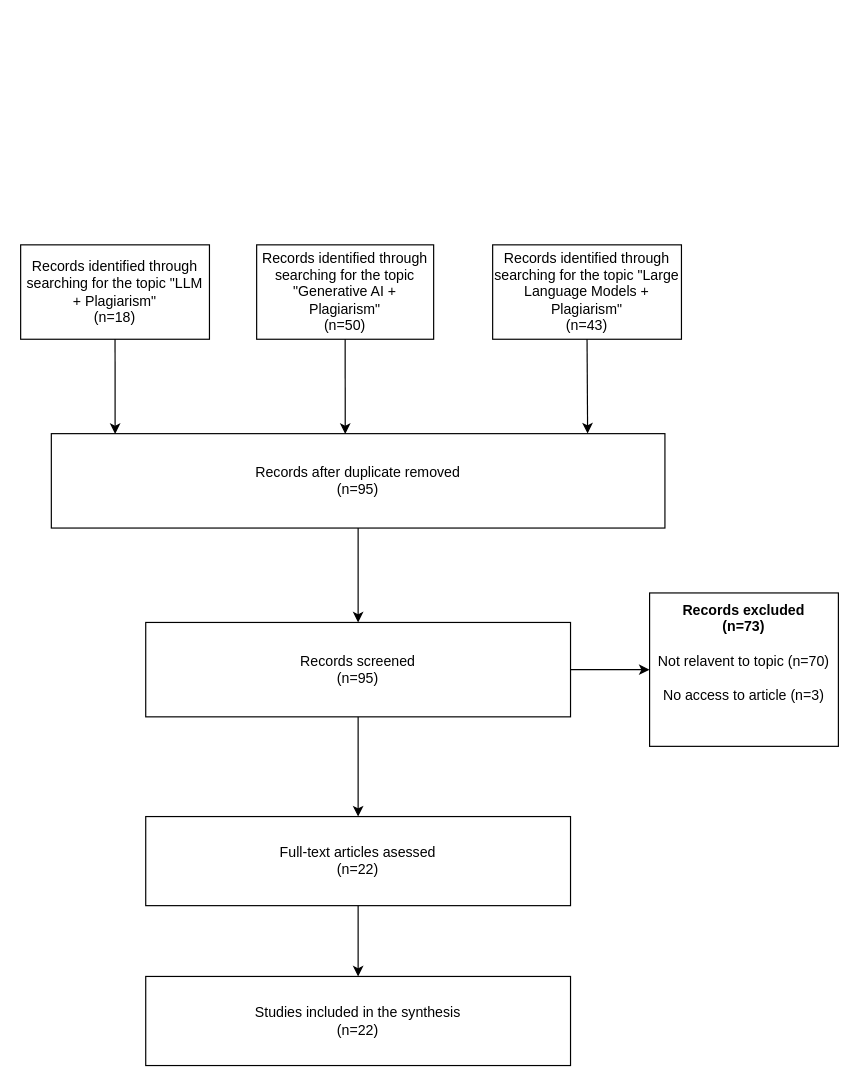
The draw.io diagram Untitled Diagram.drawio in TrymSandven/Notes, before the edit. Source tidied: cells renumbered, new cells numbered last; positions are measured from the earlier drawing's top-left corner, leaving out a move shared by most shapes. Both pictures are drawn from the tidied source at 118%, with x=0, y=0 at pixel (20, 244).
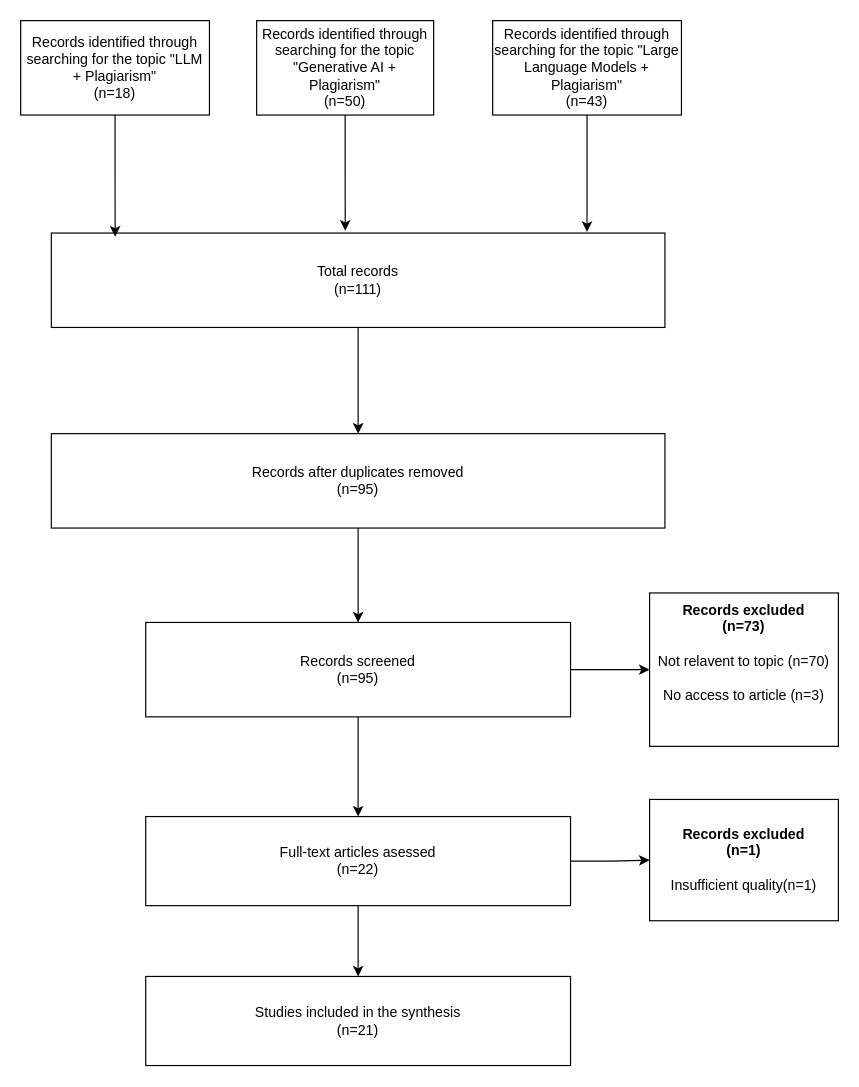
Above is the later version.

The change refers to these unchanged cells:
```xml
<mxCell id="11" value="&lt;div&gt;Full-text articles asessed&lt;/div&gt;&lt;div&gt;(n=22)&lt;br&gt;&lt;/div&gt;" style="rounded=0;whiteSpace=wrap;html=1;" parent="1" vertex="1">
  <mxGeometry x="106" y="484.5" width="360" height="75.5" as="geometry" />
</mxCell>
```

Change to the diagram source:
```diff
@@
     <mxCell id="2" value="&lt;div&gt;Records identified through searching for the topic &quot;LLM + &lt;span&gt;&lt;span&gt;&lt;span&gt;Plagiarism&lt;/span&gt;&lt;/span&gt;&lt;/span&gt;&quot; &lt;/div&gt;(n=18)" style="rounded=0;whiteSpace=wrap;html=1;" parent="1" vertex="1">
-      <mxGeometry width="160" height="80" as="geometry" />
+      <mxGeometry y="-190" width="160" height="80" as="geometry" />
     </mxCell>
     <mxCell id="3" value="&lt;div&gt;Records identified through searching for the topic &quot;G&lt;span&gt;&lt;span&gt;&lt;span&gt;enerative AI&lt;/span&gt;&lt;/span&gt;&lt;/span&gt; + &lt;span&gt;&lt;span&gt;&lt;span&gt;Plagiarism&lt;/span&gt;&lt;/span&gt;&lt;/span&gt;&quot;&lt;/div&gt;(n=50)" style="rounded=0;whiteSpace=wrap;html=1;" parent="1" vertex="1">
-      <mxGeometry x="200" width="150" height="80" as="geometry" />
+      <mxGeometry x="200" y="-190" width="150" height="80" as="geometry" />
     </mxCell>
     <mxCell id="4" value="&lt;div&gt;Records identified through searching for the topic &quot;&lt;span&gt;&lt;span&gt;&lt;span&gt;Large Language Models&lt;/span&gt;&lt;/span&gt;&lt;/span&gt; + &lt;span&gt;&lt;span&gt;&lt;span&gt;Plagiarism&lt;/span&gt;&lt;/span&gt;&lt;/span&gt;&quot;&lt;/div&gt;(n=43)" style="rounded=0;whiteSpace=wrap;html=1;" parent="1" vertex="1">
-      <mxGeometry x="400" width="160" height="80" as="geometry" />
+      <mxGeometry x="400" y="-190" width="160" height="80" as="geometry" />
     </mxCell>
@@
-    <mxCell id="6" value="&lt;div&gt;Records after duplicate removed&lt;/div&gt;&lt;div&gt;(n=95)&lt;br&gt;&lt;/div&gt;" style="rounded=0;whiteSpace=wrap;html=1;" parent="1" vertex="1">
+    <mxCell id="6" value="&lt;div&gt;Records after duplicates removed&lt;/div&gt;&lt;div&gt;(n=95)&lt;br&gt;&lt;/div&gt;" style="rounded=0;whiteSpace=wrap;html=1;" parent="1" vertex="1">
       <mxGeometry x="26" y="160" width="520" height="80" as="geometry" />
     </mxCell>
@@
+    <mxCell id="17" style="edgeStyle=orthogonalEdgeStyle;rounded=0;jettySize=auto;html=1;exitX=1;exitY=0.5;exitDx=0;exitDy=0;entryX=0;entryY=0.5;entryDx=0;entryDy=0;" parent="1" edge="1" source="11" target="23">
+      <mxGeometry relative="1" as="geometry" />
+    </mxCell>
@@
-    <mxCell id="12" style="rounded=0;jettySize=auto;html=1;exitX=0.5;exitY=1;exitDx=0;exitDy=0;entryX=0.104;entryY=0.003;entryDx=0;entryDy=0;entryPerimeter=0;" parent="1" edge="1" source="2" target="6">
-      <mxGeometry relative="1" as="geometry" />
-    </mxCell>
-    <mxCell id="13" style="rounded=0;jettySize=auto;html=1;exitX=0.5;exitY=1;exitDx=0;exitDy=0;entryX=0.479;entryY=0.003;entryDx=0;entryDy=0;entryPerimeter=0;" parent="1" edge="1" source="3" target="6">
-      <mxGeometry relative="1" as="geometry" />
-    </mxCell>
-    <mxCell id="14" style="rounded=0;jettySize=auto;html=1;exitX=0.5;exitY=1;exitDx=0;exitDy=0;entryX=0.874;entryY=-0.001;entryDx=0;entryDy=0;entryPerimeter=0;" parent="1" edge="1" source="4" target="6">
-      <mxGeometry relative="1" as="geometry" />
-    </mxCell>
@@
-    <mxCell id="16" value="&lt;div&gt;Studies included in the synthesis&lt;br&gt;&lt;/div&gt;&lt;div&gt;(n=22)&lt;br&gt;&lt;/div&gt;" style="rounded=0;whiteSpace=wrap;html=1;" parent="1" vertex="1">
+    <mxCell id="16" value="&lt;div&gt;Studies included in the synthesis&lt;br&gt;&lt;/div&gt;&lt;div&gt;(n=21)&lt;br&gt;&lt;/div&gt;" style="rounded=0;whiteSpace=wrap;html=1;" parent="1" vertex="1">
       <mxGeometry x="106" y="620" width="360" height="75.5" as="geometry" />
     </mxCell>
+    <mxCell id="18" style="edgeStyle=orthogonalEdgeStyle;rounded=0;jettySize=auto;html=1;exitX=0.5;exitY=1;exitDx=0;exitDy=0;entryX=0.5;entryY=0;entryDx=0;entryDy=0;" parent="1" edge="1" source="19" target="6">
+      <mxGeometry relative="1" as="geometry" />
+    </mxCell>
+    <mxCell id="19" value="&lt;div&gt;Total records&lt;/div&gt;&lt;div&gt;(n=111)&lt;br&gt;&lt;/div&gt;" style="rounded=0;whiteSpace=wrap;html=1;" parent="1" vertex="1">
+      <mxGeometry x="26" y="-10" width="520" height="80" as="geometry" />
+    </mxCell>
+    <mxCell id="20" style="edgeStyle=orthogonalEdgeStyle;rounded=0;jettySize=auto;html=1;exitX=0.5;exitY=1;exitDx=0;exitDy=0;entryX=0.104;entryY=0.038;entryDx=0;entryDy=0;entryPerimeter=0;" parent="1" edge="1" source="2" target="19">
+      <mxGeometry relative="1" as="geometry" />
+    </mxCell>
+    <mxCell id="21" style="edgeStyle=orthogonalEdgeStyle;rounded=0;jettySize=auto;html=1;exitX=0.5;exitY=1;exitDx=0;exitDy=0;entryX=0.479;entryY=-0.025;entryDx=0;entryDy=0;entryPerimeter=0;" parent="1" edge="1" source="3" target="19">
+      <mxGeometry relative="1" as="geometry" />
+    </mxCell>
+    <mxCell id="22" style="edgeStyle=orthogonalEdgeStyle;rounded=0;jettySize=auto;html=1;exitX=0.5;exitY=1;exitDx=0;exitDy=0;entryX=0.873;entryY=-0.012;entryDx=0;entryDy=0;entryPerimeter=0;" parent="1" edge="1" source="4" target="19">
+      <mxGeometry relative="1" as="geometry" />
+    </mxCell>
+    <mxCell id="23" value="&lt;div&gt;&lt;b&gt;Records excluded&lt;/b&gt;&lt;/div&gt;&lt;div&gt;&lt;b&gt;(n=1)&lt;/b&gt;&lt;/div&gt;&lt;div&gt;&lt;b&gt;&lt;br&gt;&lt;/b&gt;&lt;/div&gt;&lt;div&gt;Insufficient quality(n=1)&lt;/div&gt;" style="rounded=0;whiteSpace=wrap;html=1;" parent="1" vertex="1">
+      <mxGeometry x="533" y="470" width="160" height="102.8" as="geometry" />
+    </mxCell>
```
